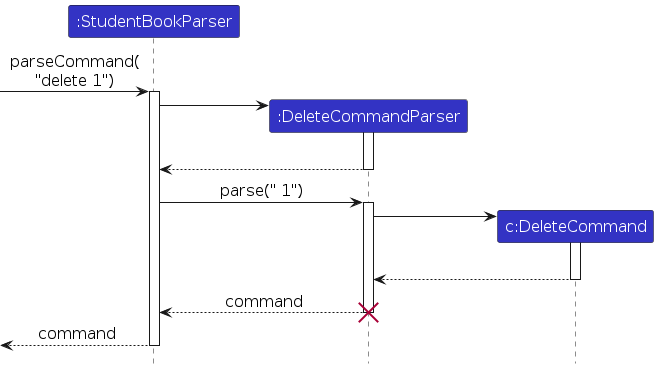
The PlantUML diagram diagrams/DeleteSequenceDiagram.png in AY2627S1-CS2103T-T16-1/tp, before a commit. Its source is kept beside it as diagrams/DeleteSequenceDiagram.puml.
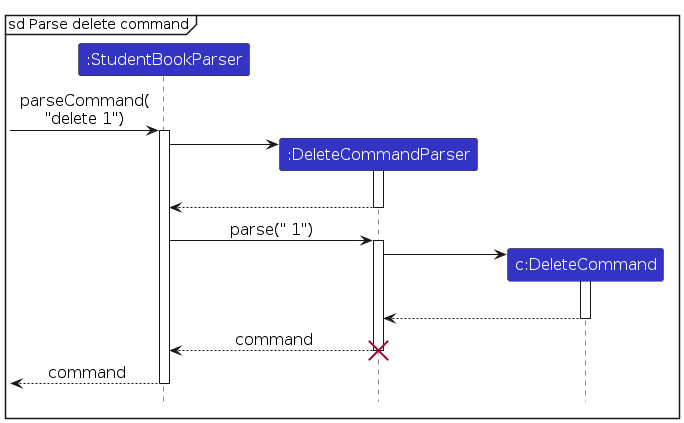
The same diagram one commit later.

The edit, as a diff of the source:
```diff
@@ -2,6 +2,7 @@
 !include style.puml
 skinparam ArrowFontStyle plain
 skinparam defaultFontSize 16
+mainframe sd Parse delete command
 
 participant ":StudentBookParser" as dispatcher LOGIC_COLOR
 participant ":DeleteCommandParser" as parser LOGIC_COLOR
```
